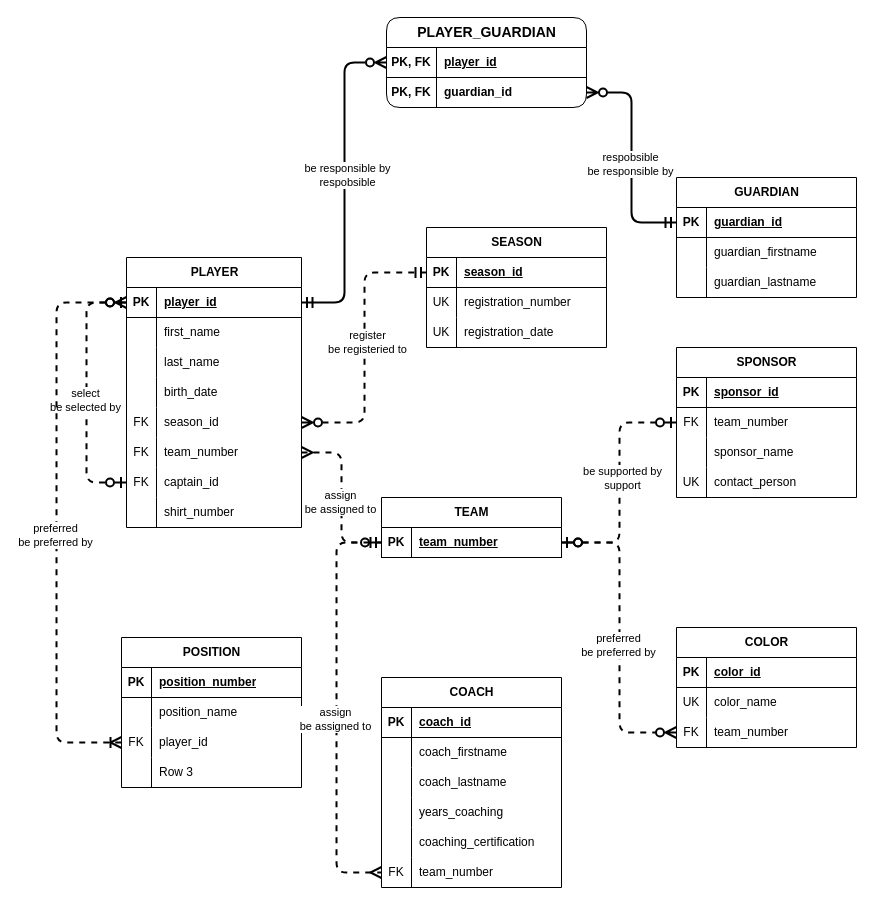
qichendev/assignments keeps this draw.io diagram as relational-database-design/c3/P0308.drawio. Above is the earlier version. Source tidied: cells renumbered, new cells numbered last; positions are measured from the earlier drawing's top-left corner, leaving out a move shared by most shapes. Both pictures are drawn from the tidied source at 100%, with x=0, y=0 at pixel (56, 17).
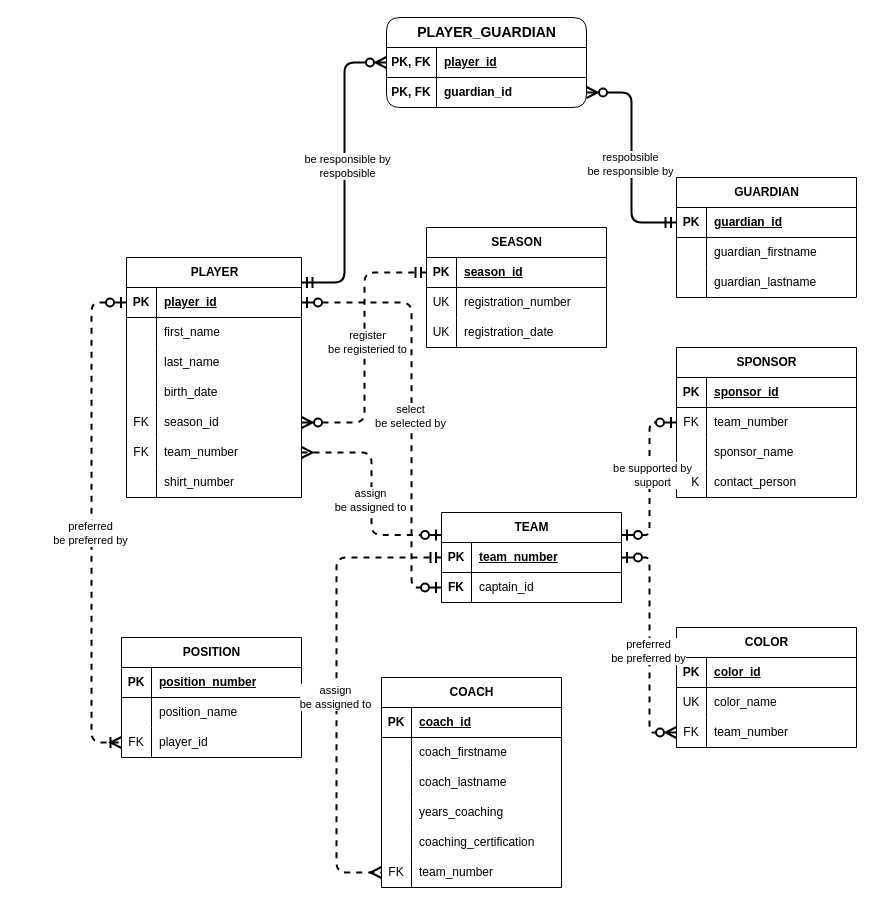
The same page after the edit.

The change refers to these unchanged cells:
```xml
<mxCell id="3" style="shape=tableRow;horizontal=0;startSize=0;swimlaneHead=0;swimlaneBody=0;fillColor=none;points=[[0,0.5],[1,0.5]];portConstraint=eastwest;top=0;left=0;right=0;bottom=1;" parent="2" vertex="1">
  <mxGeometry y="30" width="175" height="30" as="geometry" />
</mxCell>
<mxCell id="18" style="shape=tableRow;horizontal=0;startSize=0;swimlaneHead=0;swimlaneBody=0;fillColor=none;points=[[0,0.5],[1,0.5]];portConstraint=eastwest;top=0;left=0;right=0;bottom=0;" parent="2" vertex="1">
  <mxGeometry y="180" width="175" height="30" as="geometry" />
</mxCell>
<mxCell id="40" style="shape=tableRow;horizontal=0;startSize=0;swimlaneHead=0;swimlaneBody=0;fillColor=none;points=[[0,0.5],[1,0.5]];portConstraint=eastwest;top=0;left=0;right=0;bottom=1;" parent="39" vertex="1">
  <mxGeometry y="30" width="180" height="30" as="geometry" />
</mxCell>
<mxCell id="49" style="shape=tableRow;horizontal=0;startSize=0;swimlaneHead=0;swimlaneBody=0;fillColor=none;points=[[0,0.5],[1,0.5]];portConstraint=eastwest;top=0;left=0;right=0;bottom=0;" parent="45" vertex="1">
  <mxGeometry y="60" width="180" height="30" as="geometry" />
</mxCell>
<mxCell id="67" style="shape=tableRow;horizontal=0;startSize=0;swimlaneHead=0;swimlaneBody=0;fillColor=none;points=[[0,0.5],[1,0.5]];portConstraint=eastwest;top=0;left=0;right=0;bottom=0;" parent="60" vertex="1">
  <mxGeometry y="90" width="180" height="30" as="geometry" />
</mxCell>
<mxCell id="86" style="shape=tableRow;horizontal=0;startSize=0;swimlaneHead=0;swimlaneBody=0;fillColor=none;points=[[0,0.5],[1,0.5]];portConstraint=eastwest;top=0;left=0;right=0;bottom=1;" parent="85" vertex="1">
  <mxGeometry y="30" width="200" height="30" as="geometry" />
</mxCell>
```

Diff of the diagram source:
```diff
@@
     <mxCell id="2" value="PLAYER" style="shape=table;startSize=30;childLayout=tableLayout;rowLines=0;fontStyle=1;align=center;html=1;" parent="1" vertex="1">
-      <mxGeometry x="70" y="240" width="175" height="270" as="geometry" />
+      <mxGeometry x="70" y="240" width="175" height="240" as="geometry" />
     </mxCell>
@@
-    <mxCell id="21" style="shape=tableRow;horizontal=0;startSize=0;swimlaneHead=0;swimlaneBody=0;fillColor=none;points=[[0,0.5],[1,0.5]];portConstraint=eastwest;top=0;left=0;right=0;bottom=0;" parent="2" vertex="1">
-      <mxGeometry y="210" width="175" height="30" as="geometry" />
-    </mxCell>
-    <mxCell id="22" value="FK" style="shape=partialRectangle;fillColor=none;top=0;left=0;bottom=0;right=0;overflow=hidden;whiteSpace=wrap;html=1;" parent="21" vertex="1">
-      <mxGeometry width="30" height="30" as="geometry" />
-    </mxCell>
-    <mxCell id="23" value="captain_id" style="shape=partialRectangle;fillColor=none;top=0;left=0;bottom=0;right=0;align=left;spacingLeft=6;overflow=hidden;whiteSpace=wrap;html=1;" parent="21" vertex="1">
-      <mxGeometry x="30" width="145" height="30" as="geometry" />
-    </mxCell>
-    <mxCell id="24" style="edgeStyle=elbowEdgeStyle;fontSize=12;html=1;endArrow=ERzeroToOne;startArrow=ERzeroToMany;rounded=1;endSize=8;startSize=8;strokeWidth=2;dashed=1;jumpStyle=none;curved=0;startFill=0;endFill=0;entryX=0;entryY=0.5;entryDx=0;entryDy=0;exitX=0;exitY=0.5;exitDx=0;exitDy=0;" parent="2" edge="1" source="3" target="21">
-      <mxGeometry relative="1" as="geometry">
-        <Array as="points">
-          <mxPoint x="-40" y="-10" />
-        </Array>
-      </mxGeometry>
-    </mxCell>
-    <mxCell id="25" value="select&lt;div&gt;be selected by&lt;/div&gt;" style="edgeLabel;html=1;align=center;verticalAlign=middle;" parent="24" vertex="1">
-      <mxGeometry x="0.05" y="-2" relative="1" as="geometry" />
-    </mxCell>
     <mxCell id="26" style="shape=tableRow;horizontal=0;startSize=0;swimlaneHead=0;swimlaneBody=0;fillColor=none;top=0;left=0;right=0;bottom=0;" parent="2" vertex="1">
-      <mxGeometry y="240" width="175" height="30" as="geometry" />
+      <mxGeometry y="210" width="175" height="30" as="geometry" />
     </mxCell>
@@
     <mxCell id="39" value="TEAM" style="shape=table;startSize=30;childLayout=tableLayout;rowLines=0;fontStyle=1;align=center;html=1;" parent="1" vertex="1">
-      <mxGeometry x="325" y="480" width="180" height="60" as="geometry" />
+      <mxGeometry x="385" y="495" width="180" height="90" as="geometry" />
     </mxCell>
@@
+    <mxCell id="131" style="shape=tableRow;horizontal=0;startSize=0;swimlaneHead=0;swimlaneBody=0;fillColor=none;points=[[0,0.5],[1,0.5]];portConstraint=eastwest;top=0;left=0;right=0;bottom=1;" parent="39" vertex="1">
+      <mxGeometry y="60" width="180" height="30" as="geometry" />
+    </mxCell>
+    <mxCell id="22" value="FK" style="shape=partialRectangle;fillColor=none;top=0;left=0;bottom=0;right=0;fontStyle=1;overflow=hidden;whiteSpace=wrap;html=1;" parent="131" vertex="1">
+      <mxGeometry width="30" height="30" as="geometry" />
+    </mxCell>
+    <mxCell id="23" value="&lt;span style=&quot;font-weight: 400;&quot;&gt;captain_id&lt;/span&gt;" style="shape=partialRectangle;fillColor=none;top=0;left=0;bottom=0;right=0;align=left;spacingLeft=6;fontStyle=1;overflow=hidden;whiteSpace=wrap;html=1;" parent="131" vertex="1">
+      <mxGeometry x="30" width="150" height="30" as="geometry" />
+    </mxCell>
-    <mxCell id="43" style="edgeStyle=elbowEdgeStyle;fontSize=12;html=1;endArrow=ERzeroToOne;startArrow=ERmany;rounded=1;endSize=8;startSize=8;strokeWidth=2;dashed=1;jumpStyle=none;curved=0;startFill=0;endFill=0;entryX=0;entryY=0.5;entryDx=0;entryDy=0;exitX=1;exitY=0.5;exitDx=0;exitDy=0;" parent="1" edge="1" source="18" target="40">
+    <mxCell id="43" style="edgeStyle=elbowEdgeStyle;fontSize=12;html=1;endArrow=ERzeroToOne;startArrow=ERmany;rounded=1;endSize=8;startSize=8;strokeWidth=2;dashed=1;jumpStyle=none;curved=0;startFill=0;endFill=0;entryX=0;entryY=0.25;entryDx=0;entryDy=0;exitX=1;exitY=0.5;exitDx=0;exitDy=0;" parent="1" edge="1" source="18" target="39">
       <mxGeometry relative="1" as="geometry" />
     </mxCell>
@@
-    <mxCell id="58" style="edgeStyle=elbowEdgeStyle;fontSize=12;html=1;endArrow=ERzeroToOne;startArrow=ERzeroToOne;rounded=1;endSize=8;startSize=8;strokeWidth=2;dashed=1;jumpStyle=none;curved=0;startFill=0;endFill=0;exitX=1;exitY=0.5;exitDx=0;exitDy=0;entryX=0;entryY=0.5;entryDx=0;entryDy=0;" parent="1" edge="1" source="40" target="49">
+    <mxCell id="58" style="edgeStyle=elbowEdgeStyle;fontSize=12;html=1;endArrow=ERzeroToOne;startArrow=ERzeroToOne;rounded=1;endSize=8;startSize=8;strokeWidth=2;dashed=1;jumpStyle=none;curved=0;startFill=0;endFill=0;entryX=0;entryY=0.5;entryDx=0;entryDy=0;exitX=1;exitY=0.25;exitDx=0;exitDy=0;" parent="1" edge="1" source="39" target="49">
       <mxGeometry relative="1" as="geometry" />
     </mxCell>
@@
     <mxCell id="60" value="POSITION" style="shape=table;startSize=30;childLayout=tableLayout;rowLines=0;fontStyle=1;align=center;html=1;" parent="1" vertex="1">
-      <mxGeometry x="65" y="620" width="180" height="150" as="geometry" />
+      <mxGeometry x="65" y="620" width="180" height="120" as="geometry" />
     </mxCell>
@@
-    <mxCell id="70" style="shape=tableRow;horizontal=0;startSize=0;swimlaneHead=0;swimlaneBody=0;fillColor=none;top=0;left=0;right=0;bottom=0;" parent="60" vertex="1">
-      <mxGeometry y="120" width="180" height="30" as="geometry" />
-    </mxCell>
-    <mxCell id="71" style="shape=partialRectangle;fillColor=none;top=0;left=0;bottom=0;right=0;overflow=hidden;whiteSpace=wrap;html=1;" parent="70" vertex="1">
-      <mxGeometry width="30" height="30" as="geometry" />
-    </mxCell>
-    <mxCell id="72" value="Row 3" style="shape=partialRectangle;fillColor=none;top=0;left=0;bottom=0;right=0;align=left;spacingLeft=6;overflow=hidden;whiteSpace=wrap;html=1;" parent="70" vertex="1">
-      <mxGeometry x="30" width="150" height="30" as="geometry" />
-    </mxCell>
     <mxCell id="73" style="edgeStyle=elbowEdgeStyle;fontSize=12;html=1;endArrow=ERoneToMany;startArrow=ERzeroToOne;rounded=1;endSize=8;startSize=8;strokeWidth=2;dashed=1;jumpStyle=none;curved=0;startFill=0;endFill=0;entryX=0;entryY=0.5;entryDx=0;entryDy=0;exitX=0;exitY=0.5;exitDx=0;exitDy=0;" parent="1" edge="1" source="3" target="67">
       <mxGeometry relative="1" as="geometry">
         <Array as="points">
-          <mxPoint y="530" />
+          <mxPoint x="35" y="505" />
         </Array>
       </mxGeometry>
     </mxCell>
@@
-    <mxCell id="92" style="edgeStyle=elbowEdgeStyle;fontSize=12;html=1;endArrow=ERzeroToMany;startArrow=ERmandOne;rounded=1;endSize=8;startSize=8;strokeWidth=2;jumpStyle=none;curved=0;startFill=0;endFill=0;exitX=1;exitY=0.5;exitDx=0;exitDy=0;entryX=0;entryY=0.5;entryDx=0;entryDy=0;" parent="1" edge="1" source="3" target="86">
-      <mxGeometry relative="1" as="geometry" />
+    <mxCell id="92" style="edgeStyle=elbowEdgeStyle;fontSize=12;html=1;endArrow=ERzeroToMany;startArrow=ERmandOne;rounded=1;endSize=8;startSize=8;strokeWidth=2;jumpStyle=none;curved=0;startFill=0;endFill=0;entryX=0;entryY=0.5;entryDx=0;entryDy=0;" parent="1" edge="1" target="86">
+      <mxGeometry relative="1" as="geometry">
+        <mxPoint x="245" y="265" as="sourcePoint" />
+      </mxGeometry>
     </mxCell>
@@
+    <mxCell id="132" style="edgeStyle=elbowEdgeStyle;fontSize=12;html=1;endArrow=ERzeroToOne;startArrow=ERzeroToOne;rounded=1;endSize=8;startSize=8;strokeWidth=2;dashed=1;jumpStyle=none;curved=0;startFill=0;endFill=0;entryX=0;entryY=0.5;entryDx=0;entryDy=0;exitX=1;exitY=0.5;exitDx=0;exitDy=0;" parent="1" edge="1" source="3" target="131">
+      <mxGeometry relative="1" as="geometry">
+        <Array as="points">
+          <mxPoint x="355" y="425" />
+        </Array>
+      </mxGeometry>
+    </mxCell>
+    <mxCell id="25" value="select&lt;div&gt;be selected by&lt;/div&gt;" style="edgeLabel;html=1;align=center;verticalAlign=middle;" parent="132" vertex="1">
+      <mxGeometry x="0.05" y="-2" relative="1" as="geometry" />
+    </mxCell>
```
